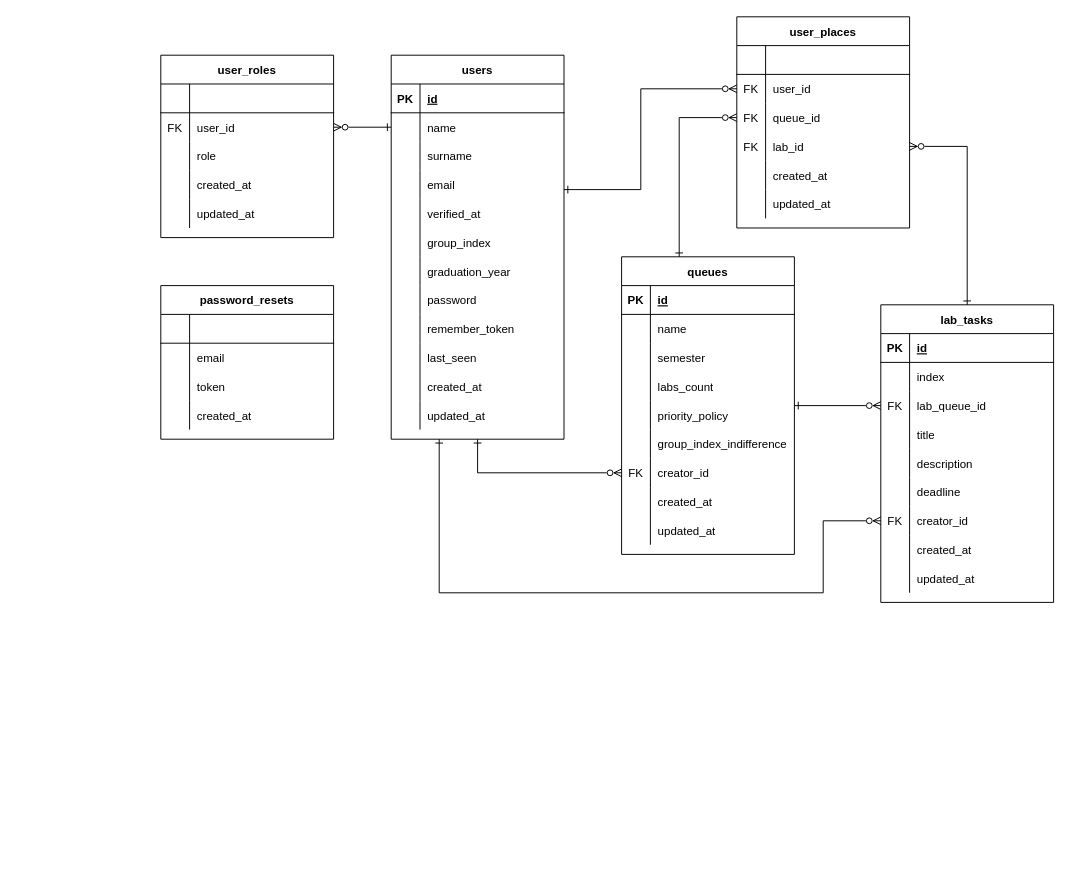
RullDeef/queaver keeps this draw.io diagram as docs/database.drawio. Above is the earlier version. Source tidied: cells renumbered, new cells numbered last; positions are measured from the earlier drawing's top-left corner, leaving out a move shared by most shapes. Both pictures are drawn from the tidied source at 96%, with x=0, y=0 at pixel (160, 16).
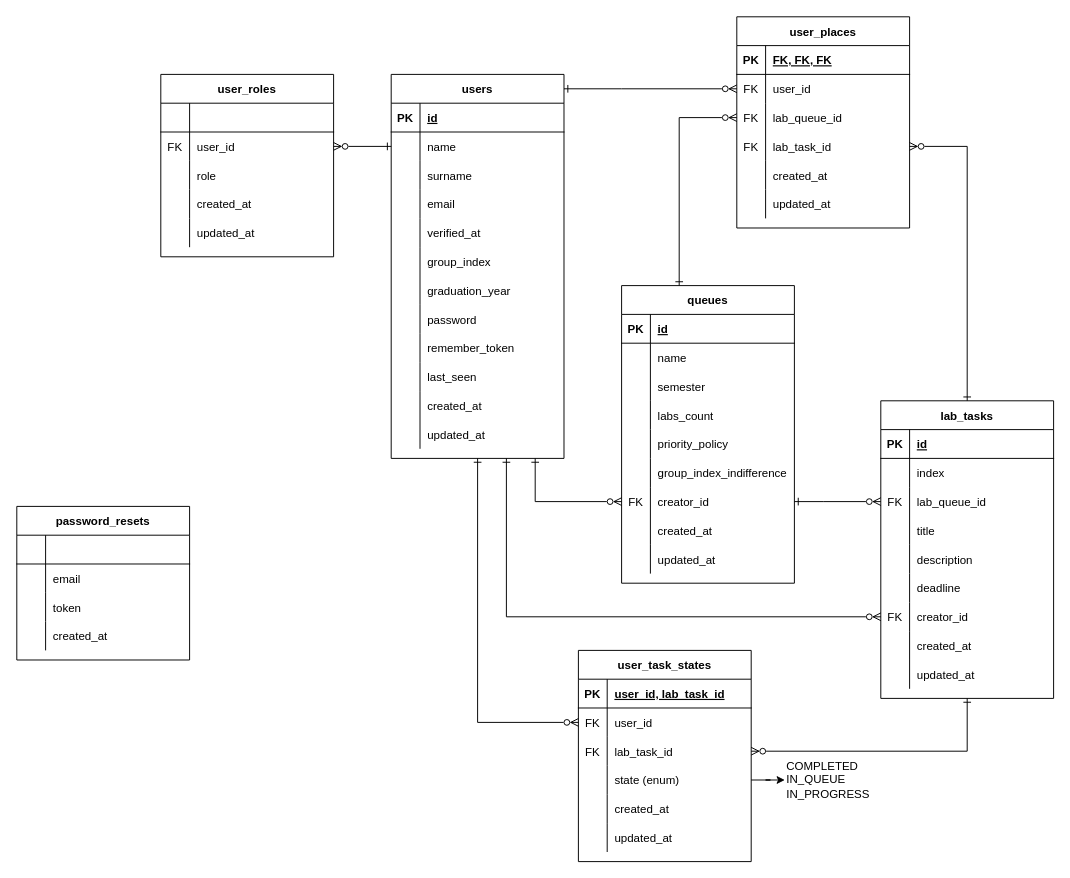
The same diagram, later.

Unchanged cells that the change refers to:
```xml
<mxCell id="73" style="shape=tableRow;horizontal=0;startSize=0;swimlaneHead=0;swimlaneBody=0;fillColor=none;points=[[0,0.5],[1,0.5]];portConstraint=eastwest;top=0;left=0;right=0;bottom=0;" parent="54" vertex="1">
  <mxGeometry y="210" width="180" height="30" as="geometry" />
</mxCell>
<mxCell id="87" style="shape=tableRow;horizontal=0;startSize=0;swimlaneHead=0;swimlaneBody=0;fillColor=none;points=[[0,0.5],[1,0.5]];portConstraint=eastwest;top=0;left=0;right=0;bottom=0;" parent="83" vertex="1">
  <mxGeometry y="60" width="180" height="30" as="geometry" />
</mxCell>
<mxCell id="100" style="shape=tableRow;horizontal=0;startSize=0;swimlaneHead=0;swimlaneBody=0;fillColor=none;top=0;left=0;right=0;bottom=1;" parent="99" vertex="1">
  <mxGeometry y="30" width="180" height="30" as="geometry" />
</mxCell>
<mxCell id="103" style="shape=tableRow;horizontal=0;startSize=0;swimlaneHead=0;swimlaneBody=0;fillColor=none;points=[[0,0.5],[1,0.5]];portConstraint=eastwest;top=0;left=0;right=0;bottom=0;" parent="99" vertex="1">
  <mxGeometry y="60" width="180" height="30" as="geometry" />
</mxCell>
<mxCell id="106" style="shape=tableRow;horizontal=0;startSize=0;swimlaneHead=0;swimlaneBody=0;fillColor=none;points=[[0,0.5],[1,0.5]];portConstraint=eastwest;top=0;left=0;right=0;bottom=0;" parent="99" vertex="1">
  <mxGeometry y="90" width="180" height="30" as="geometry" />
</mxCell>
<mxCell id="109" style="shape=tableRow;horizontal=0;startSize=0;swimlaneHead=0;swimlaneBody=0;fillColor=none;points=[[0,0.5],[1,0.5]];portConstraint=eastwest;top=0;left=0;right=0;bottom=0;" parent="99" vertex="1">
  <mxGeometry y="120" width="180" height="30" as="geometry" />
</mxCell>
<mxCell id="126" style="shape=tableRow;horizontal=0;startSize=0;swimlaneHead=0;swimlaneBody=0;fillColor=none;points=[[0,0.5],[1,0.5]];portConstraint=eastwest;top=0;left=0;right=0;bottom=0;" parent="119" vertex="1">
  <mxGeometry y="90" width="180" height="30" as="geometry" />
</mxCell>
<mxCell id="138" style="shape=tableRow;horizontal=0;startSize=0;swimlaneHead=0;swimlaneBody=0;fillColor=none;points=[[0,0.5],[1,0.5]];portConstraint=eastwest;top=0;left=0;right=0;bottom=0;" parent="119" vertex="1">
  <mxGeometry y="210" width="180" height="30" as="geometry" />
</mxCell>
```

What changed in the source:
```diff
@@
     <mxCell id="2" style="edgeStyle=orthogonalEdgeStyle;rounded=0;jettySize=auto;html=1;startArrow=ERone;startFill=0;endArrow=ERzeroToMany;endFill=0;" parent="1" edge="1" source="4" target="73">
-      <mxGeometry relative="1" as="geometry" />
+      <mxGeometry relative="1" as="geometry">
+        <Array as="points">
+          <mxPoint x="390" y="505" />
+        </Array>
+      </mxGeometry>
     </mxCell>
     <mxCell id="3" style="edgeStyle=orthogonalEdgeStyle;rounded=0;jettySize=auto;html=1;endArrow=ERzeroToMany;endFill=0;startArrow=ERone;startFill=0;" parent="1" edge="1" source="4" target="103">
       <mxGeometry relative="1" as="geometry">
         <Array as="points">
-          <mxPoint x="500" y="180" />
-          <mxPoint x="500" y="75" />
+          <mxPoint x="480" y="75" />
+          <mxPoint x="480" y="75" />
         </Array>
       </mxGeometry>
     </mxCell>
     <mxCell id="4" value="users" style="shape=table;startSize=30;childLayout=tableLayout;rowLines=0;fontStyle=1;align=center;" parent="1" vertex="1">
-      <mxGeometry x="240" y="40" width="180" height="400" as="geometry" />
+      <mxGeometry x="240" y="60" width="180" height="400" as="geometry" />
     </mxCell>
@@
     <mxCell id="41" value="password_resets" style="shape=table;startSize=30;childLayout=tableLayout;rowLines=0;fontStyle=1;align=center;" parent="1" vertex="1">
-      <mxGeometry y="280" width="180" height="160" as="geometry" />
+      <mxGeometry x="-150" y="510" width="180" height="160" as="geometry" />
     </mxCell>
@@
     <mxCell id="54" value="queues" style="shape=table;startSize=30;childLayout=tableLayout;rowLines=0;fontStyle=1;align=center;" parent="1" vertex="1">
-      <mxGeometry x="480" y="250" width="180" height="310" as="geometry" />
+      <mxGeometry x="480" y="280" width="180" height="310" as="geometry" />
     </mxCell>
@@
     <mxCell id="82" style="edgeStyle=orthogonalEdgeStyle;rounded=0;jettySize=auto;html=1;startArrow=ERone;startFill=0;endArrow=ERzeroToMany;endFill=0;" parent="1" edge="1" source="4" target="87">
       <mxGeometry relative="1" as="geometry">
         <Array as="points">
-          <mxPoint x="220" y="115" />
-          <mxPoint x="220" y="115" />
+          <mxPoint x="220" y="135" />
+          <mxPoint x="220" y="135" />
         </Array>
       </mxGeometry>
     </mxCell>
     <mxCell id="83" value="user_roles" style="shape=table;startSize=30;childLayout=tableLayout;rowLines=0;fontStyle=1;align=center;" parent="1" vertex="1">
-      <mxGeometry y="40" width="180" height="190" as="geometry" />
+      <mxGeometry y="60" width="180" height="190" as="geometry" />
     </mxCell>
@@
-    <mxCell id="101" style="shape=partialRectangle;fillColor=none;top=0;left=0;bottom=0;right=0;fontStyle=1;overflow=hidden;" parent="100" vertex="1">
+    <mxCell id="101" value="PK" style="shape=partialRectangle;fillColor=none;top=0;left=0;bottom=0;right=0;fontStyle=1;overflow=hidden;" parent="100" vertex="1">
       <mxGeometry width="30" height="30" as="geometry" />
     </mxCell>
-    <mxCell id="102" style="shape=partialRectangle;fillColor=none;top=0;left=0;bottom=0;right=0;align=left;spacingLeft=6;fontStyle=5;overflow=hidden;" parent="100" vertex="1">
+    <mxCell id="102" value="FK, FK, FK" style="shape=partialRectangle;fillColor=none;top=0;left=0;bottom=0;right=0;align=left;spacingLeft=6;fontStyle=5;overflow=hidden;" parent="100" vertex="1">
       <mxGeometry x="30" width="150" height="30" as="geometry" />
     </mxCell>
@@
-    <mxCell id="108" value="queue_id" style="shape=partialRectangle;fillColor=none;top=0;left=0;bottom=0;right=0;align=left;spacingLeft=6;overflow=hidden;" parent="106" vertex="1">
+    <mxCell id="108" value="lab_queue_id" style="shape=partialRectangle;fillColor=none;top=0;left=0;bottom=0;right=0;align=left;spacingLeft=6;overflow=hidden;" parent="106" vertex="1">
       <mxGeometry x="30" width="150" height="30" as="geometry" />
     </mxCell>
@@
-    <mxCell id="111" value="lab_id" style="shape=partialRectangle;fillColor=none;top=0;left=0;bottom=0;right=0;align=left;spacingLeft=6;overflow=hidden;" parent="109" vertex="1">
+    <mxCell id="111" value="lab_task_id" style="shape=partialRectangle;fillColor=none;top=0;left=0;bottom=0;right=0;align=left;spacingLeft=6;overflow=hidden;" parent="109" vertex="1">
       <mxGeometry x="30" width="150" height="30" as="geometry" />
     </mxCell>
@@
     <mxCell id="119" value="lab_tasks" style="shape=table;startSize=30;childLayout=tableLayout;rowLines=0;fontStyle=1;align=center;" parent="1" vertex="1">
-      <mxGeometry x="750" y="300" width="180" height="310" as="geometry" />
+      <mxGeometry x="750" y="400" width="180" height="310" as="geometry" />
     </mxCell>
@@
     <mxCell id="148" style="edgeStyle=orthogonalEdgeStyle;rounded=0;jettySize=auto;html=1;startArrow=ERone;startFill=0;endArrow=ERzeroToMany;endFill=0;" parent="1" edge="1" source="54" target="126">
-      <mxGeometry relative="1" as="geometry" />
+      <mxGeometry relative="1" as="geometry">
+        <Array as="points">
+          <mxPoint x="690" y="505" />
+          <mxPoint x="690" y="505" />
+        </Array>
+      </mxGeometry>
     </mxCell>
     <mxCell id="149" style="edgeStyle=orthogonalEdgeStyle;rounded=0;jettySize=auto;html=1;startArrow=ERone;startFill=0;endArrow=ERzeroToMany;endFill=0;" parent="1" edge="1" source="4" target="138">
       <mxGeometry relative="1" as="geometry">
         <Array as="points">
-          <mxPoint x="290" y="600" />
-          <mxPoint x="690" y="600" />
-          <mxPoint x="690" y="525" />
+          <mxPoint x="360" y="625" />
         </Array>
       </mxGeometry>
     </mxCell>
+    <mxCell id="150" value="user_task_states" style="shape=table;startSize=30;childLayout=tableLayout;rowLines=0;fontStyle=1;align=center;" parent="1" vertex="1">
+      <mxGeometry x="435" y="660" width="180" height="220" as="geometry" />
+    </mxCell>
+    <mxCell id="151" style="shape=tableRow;horizontal=0;startSize=0;swimlaneHead=0;swimlaneBody=0;fillColor=none;top=0;left=0;right=0;bottom=1;" parent="150" vertex="1">
+      <mxGeometry y="30" width="180" height="30" as="geometry" />
+    </mxCell>
+    <mxCell id="152" value="PK" style="shape=partialRectangle;fillColor=none;top=0;left=0;bottom=0;right=0;fontStyle=1;overflow=hidden;" parent="151" vertex="1">
+      <mxGeometry width="30" height="30" as="geometry" />
+    </mxCell>
+    <mxCell id="153" value="user_id, lab_task_id" style="shape=partialRectangle;fillColor=none;top=0;left=0;bottom=0;right=0;align=left;spacingLeft=6;fontStyle=5;overflow=hidden;" parent="151" vertex="1">
+      <mxGeometry x="30" width="150" height="30" as="geometry" />
+    </mxCell>
+    <mxCell id="154" style="shape=tableRow;horizontal=0;startSize=0;swimlaneHead=0;swimlaneBody=0;fillColor=none;points=[[0,0.5],[1,0.5]];portConstraint=eastwest;top=0;left=0;right=0;bottom=0;" parent="150" vertex="1">
+      <mxGeometry y="60" width="180" height="30" as="geometry" />
+    </mxCell>
+    <mxCell id="155" value="FK" style="shape=partialRectangle;fillColor=none;top=0;left=0;bottom=0;right=0;overflow=hidden;" parent="154" vertex="1">
+      <mxGeometry width="30" height="30" as="geometry" />
+    </mxCell>
+    <mxCell id="156" value="user_id" style="shape=partialRectangle;fillColor=none;top=0;left=0;bottom=0;right=0;align=left;spacingLeft=6;overflow=hidden;" parent="154" vertex="1">
+      <mxGeometry x="30" width="150" height="30" as="geometry" />
+    </mxCell>
+    <mxCell id="157" style="shape=tableRow;horizontal=0;startSize=0;swimlaneHead=0;swimlaneBody=0;fillColor=none;points=[[0,0.5],[1,0.5]];portConstraint=eastwest;top=0;left=0;right=0;bottom=0;" parent="150" vertex="1">
+      <mxGeometry y="90" width="180" height="30" as="geometry" />
+    </mxCell>
+    <mxCell id="158" value="FK" style="shape=partialRectangle;fillColor=none;top=0;left=0;bottom=0;right=0;overflow=hidden;" parent="157" vertex="1">
+      <mxGeometry width="30" height="30" as="geometry" />
+    </mxCell>
+    <mxCell id="159" value="lab_task_id" style="shape=partialRectangle;fillColor=none;top=0;left=0;bottom=0;right=0;align=left;spacingLeft=6;overflow=hidden;" parent="157" vertex="1">
+      <mxGeometry x="30" width="150" height="30" as="geometry" />
+    </mxCell>
+    <mxCell id="160" style="shape=tableRow;horizontal=0;startSize=0;swimlaneHead=0;swimlaneBody=0;fillColor=none;points=[[0,0.5],[1,0.5]];portConstraint=eastwest;top=0;left=0;right=0;bottom=0;" parent="150" vertex="1">
+      <mxGeometry y="120" width="180" height="30" as="geometry" />
+    </mxCell>
+    <mxCell id="161" style="shape=partialRectangle;fillColor=none;top=0;left=0;bottom=0;right=0;overflow=hidden;" parent="160" vertex="1">
+      <mxGeometry width="30" height="30" as="geometry" />
+    </mxCell>
+    <mxCell id="162" value="state (enum)" style="shape=partialRectangle;fillColor=none;top=0;left=0;bottom=0;right=0;align=left;spacingLeft=6;overflow=hidden;" parent="160" vertex="1">
+      <mxGeometry x="30" width="150" height="30" as="geometry" />
+    </mxCell>
+    <mxCell id="163" style="shape=tableRow;horizontal=0;startSize=0;swimlaneHead=0;swimlaneBody=0;fillColor=none;top=0;left=0;right=0;bottom=0;" parent="150" vertex="1">
+      <mxGeometry y="150" width="180" height="30" as="geometry" />
+    </mxCell>
+    <mxCell id="164" style="shape=partialRectangle;fillColor=none;top=0;left=0;bottom=0;right=0;overflow=hidden;" parent="163" vertex="1">
+      <mxGeometry width="30" height="30" as="geometry" />
+    </mxCell>
+    <mxCell id="165" value="created_at" style="shape=partialRectangle;fillColor=none;top=0;left=0;bottom=0;right=0;align=left;spacingLeft=6;overflow=hidden;" parent="163" vertex="1">
+      <mxGeometry x="30" width="150" height="30" as="geometry" />
+    </mxCell>
+    <mxCell id="166" style="shape=tableRow;horizontal=0;startSize=0;swimlaneHead=0;swimlaneBody=0;fillColor=none;top=0;left=0;right=0;bottom=0;" parent="150" vertex="1">
+      <mxGeometry y="180" width="180" height="30" as="geometry" />
+    </mxCell>
+    <mxCell id="167" style="shape=partialRectangle;fillColor=none;top=0;left=0;bottom=0;right=0;overflow=hidden;" parent="166" vertex="1">
+      <mxGeometry width="30" height="30" as="geometry" />
+    </mxCell>
+    <mxCell id="168" value="updated_at" style="shape=partialRectangle;fillColor=none;top=0;left=0;bottom=0;right=0;align=left;spacingLeft=6;overflow=hidden;" parent="166" vertex="1">
+      <mxGeometry x="30" width="150" height="30" as="geometry" />
+    </mxCell>
+    <mxCell id="169" value="COMPLETED&lt;br&gt;IN_QUEUE&lt;br&gt;IN_PROGRESS" style="text;html=1;align=left;verticalAlign=middle;points=[];strokeColor=none;fillColor=none;" parent="1" vertex="1">
+      <mxGeometry x="650" y="772" width="97" height="46" as="geometry" />
+    </mxCell>
+    <mxCell id="170" style="edgeStyle=orthogonalEdgeStyle;rounded=0;jettySize=auto;html=1;" parent="1" edge="1" source="160" target="169">
+      <mxGeometry relative="1" as="geometry" />
+    </mxCell>
+    <mxCell id="171" style="edgeStyle=orthogonalEdgeStyle;rounded=0;jettySize=auto;html=1;startArrow=ERzeroToMany;startFill=0;endArrow=ERone;endFill=0;" parent="1" edge="1" source="154" target="4">
+      <mxGeometry relative="1" as="geometry">
+        <Array as="points">
+          <mxPoint x="330" y="735" />
+        </Array>
+      </mxGeometry>
+    </mxCell>
+    <mxCell id="172" style="edgeStyle=orthogonalEdgeStyle;rounded=0;jettySize=auto;html=1;startArrow=ERzeroToMany;startFill=0;endArrow=ERone;endFill=0;" parent="1" edge="1" source="157" target="119">
+      <mxGeometry relative="1" as="geometry" />
+    </mxCell>
```
